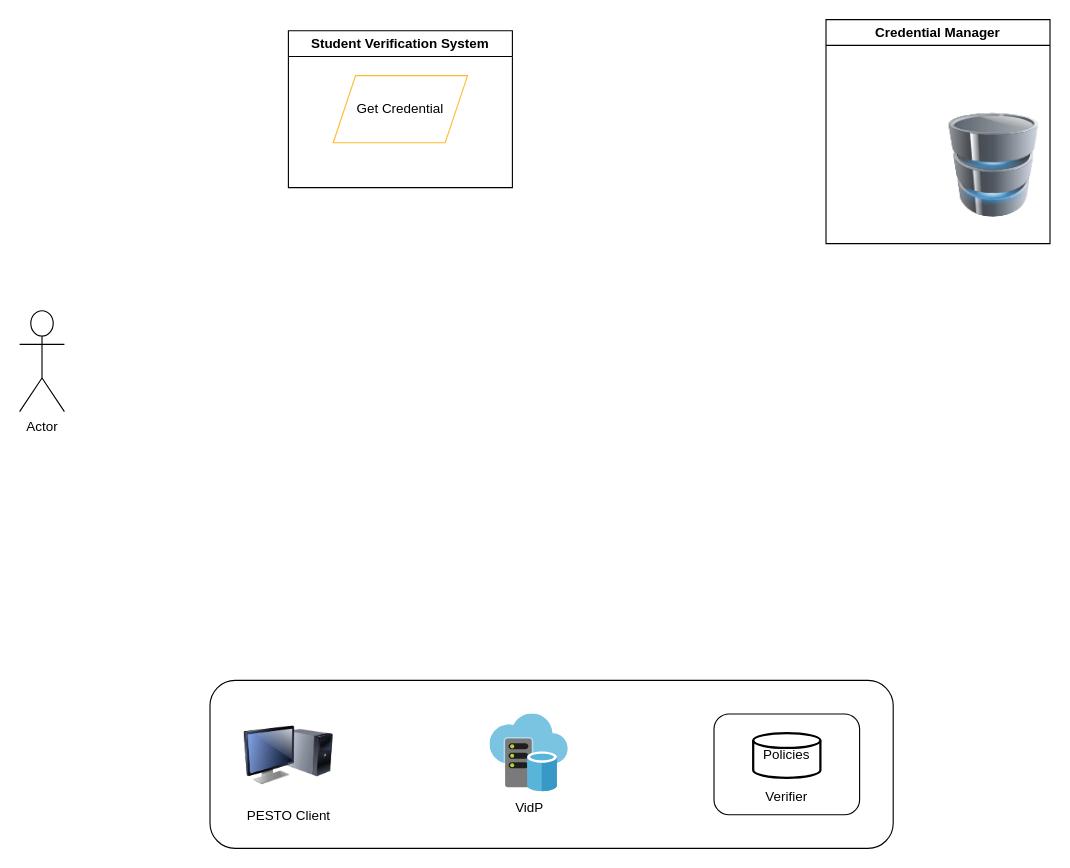
The draw.io diagram diagramma.drawio in NikosSarrisDev/ESP32_TEMPERATURE_HIMIDITY, before the edit. Source tidied: cells renumbered, new cells numbered last; positions are measured from the earlier drawing's top-left corner, leaving out a move shared by most shapes. Both pictures are drawn from the tidied source at 112%, with x=0, y=0 at pixel (19, 19).
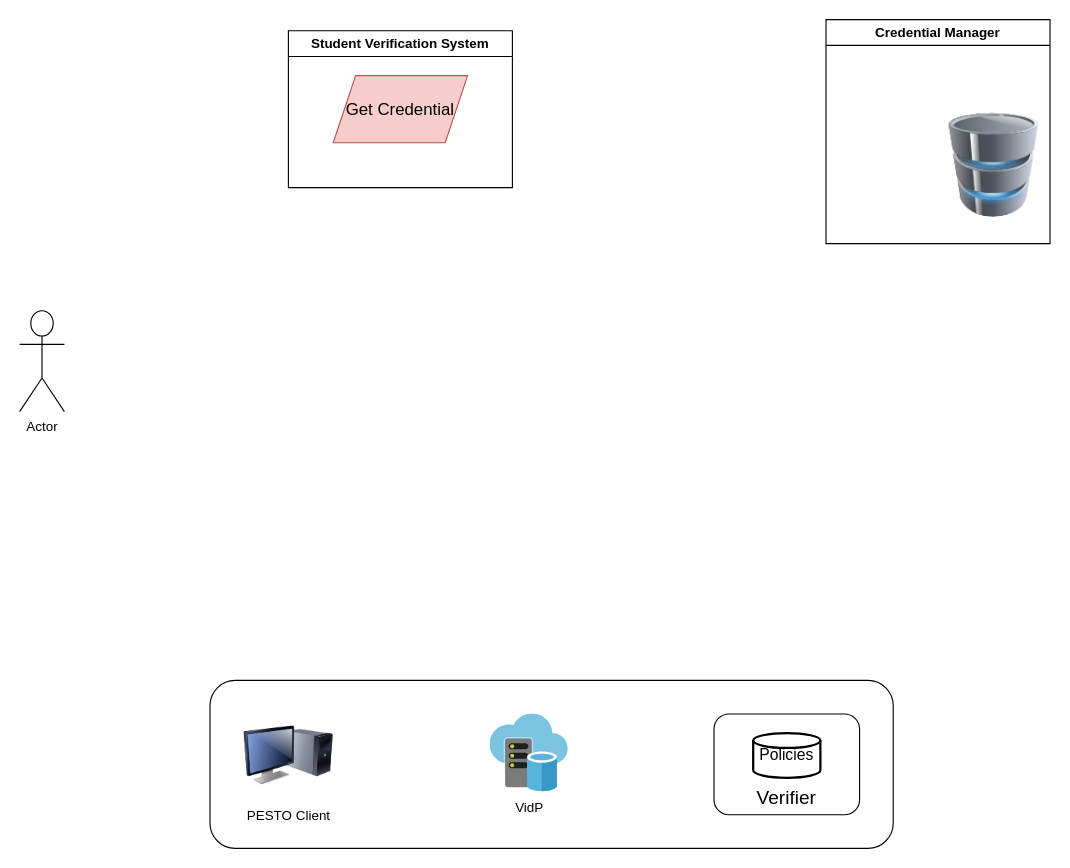
Above is the later version.

Change to the diagram source:
```diff
@@
 <mxGraphModel>
   <root>
     <mxCell id="0" />
     <mxCell id="1" parent="0" />
     <mxCell id="2" value="Actor" style="shape=umlActor;verticalLabelPosition=bottom;verticalAlign=top;html=1;shadow=0;align=center;" parent="1" vertex="1">
       <mxGeometry y="260" width="40" height="90" as="geometry" />
     </mxCell>
     <mxCell id="3" value="Student Verification System" style="swimlane;whiteSpace=wrap;html=1;" parent="1" vertex="1">
       <mxGeometry x="240" y="10" width="200" height="140" as="geometry" />
     </mxCell>
-    <mxCell id="4" value="Get Credential" style="shape=parallelogram;perimeter=parallelogramPerimeter;whiteSpace=wrap;html=1;fixedSize=1;strokeColor=#FFBA30;" parent="3" vertex="1">
+    <mxCell id="4" value="Get Credential" style="shape=parallelogram;perimeter=parallelogramPerimeter;fixedSize=1;strokeColor=#b85450;spacingBottom=0;labelBackgroundColor=none;labelBorderColor=none;whiteSpace=wrap;html=1;fillColor=#f8cecc;fontSize=15;" parent="3" vertex="1">
       <mxGeometry x="40" y="40" width="120" height="60" as="geometry" />
     </mxCell>
     <mxCell id="5" style="rounded=1;whiteSpace=wrap;html=1;" parent="1" vertex="1">
       <mxGeometry x="170" y="590" width="610" height="150" as="geometry" />
     </mxCell>
     <mxCell id="6" value="PESTO Client" style="image;html=1;image=img/lib/clip_art/computers/Monitor_Tower_128x128.png;" parent="1" vertex="1">
       <mxGeometry x="200" y="617" width="80" height="80" as="geometry" />
     </mxCell>
     <mxCell id="7" value="VidP" style="image;sketch=0;html=1;align=center;fontSize=12;image=img/lib/mscae/Virtual_Datacenter.svg;" parent="1" vertex="1">
       <mxGeometry x="420" y="620" width="70" height="70" as="geometry" />
     </mxCell>
-    <mxCell id="8" value="&lt;br&gt;&lt;br&gt;&lt;br&gt;&lt;br&gt;Verifier" style="rounded=1;whiteSpace=wrap;html=1;glass=0;shadow=0;" parent="1" vertex="1">
+    <mxCell id="8" value="&lt;br&gt;&lt;br&gt;&lt;br&gt;Verifier" style="rounded=1;whiteSpace=wrap;html=1;glass=0;shadow=0;fontSize=17;" parent="1" vertex="1">
       <mxGeometry x="620" y="620" width="130" height="90" as="geometry" />
     </mxCell>
-    <mxCell id="9" value="Policies" style="strokeWidth=2;html=1;shape=mxgraph.flowchart.database;whiteSpace=wrap;" parent="1" vertex="1">
+    <mxCell id="9" value="Policies" style="strokeWidth=2;html=1;shape=mxgraph.flowchart.database;whiteSpace=wrap;labelBackgroundColor=none;fontSize=14;" parent="1" vertex="1">
       <mxGeometry x="655" y="637" width="60" height="40" as="geometry" />
     </mxCell>
     <mxCell id="10" value="Credential Manager" style="swimlane;whiteSpace=wrap;html=1;" parent="1" vertex="1">
       <mxGeometry x="720" width="200" height="200" as="geometry" />
     </mxCell>
     <mxCell id="11" style="image;html=1;image=img/lib/clip_art/computers/Database_128x128.png;" parent="10" vertex="1">
       <mxGeometry x="110" y="80" width="80" height="100" as="geometry" />
     </mxCell>
   </root>
 </mxGraphModel>
```
